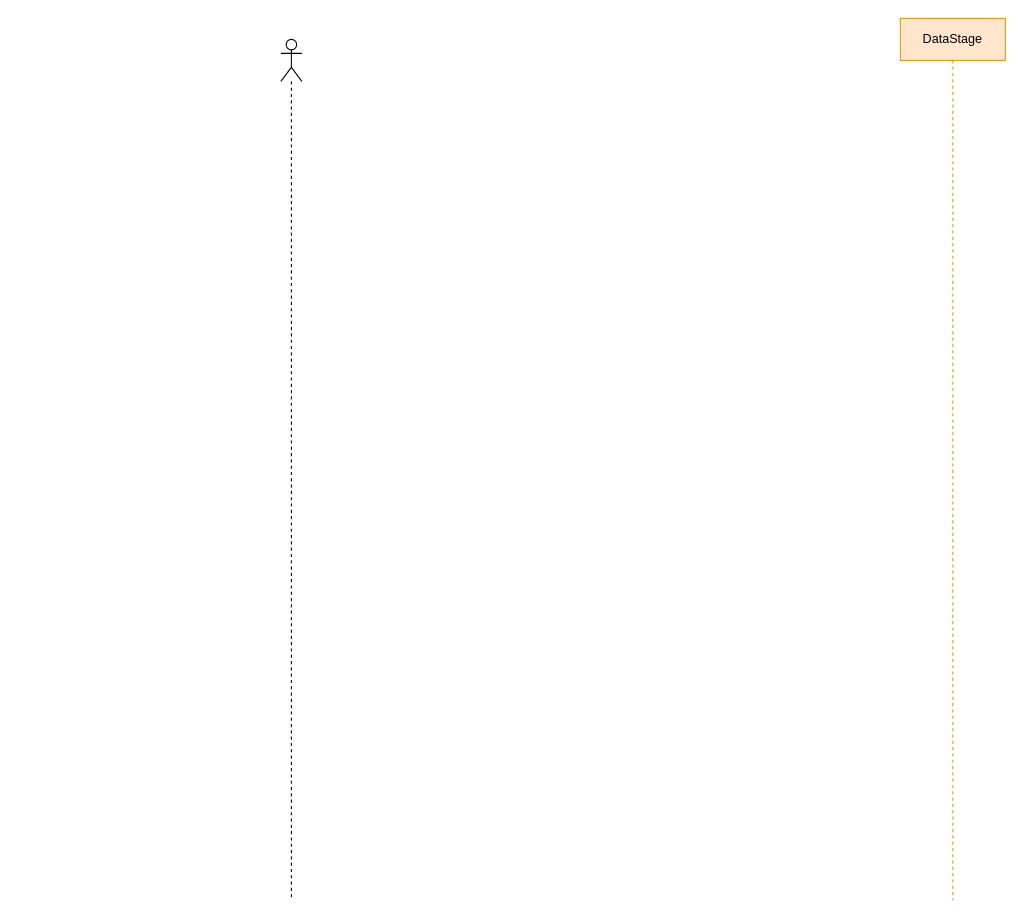
This is datastage.drawio from kanchantewary/CloudPakForData, a draw.io file, before an edit. Source tidied: cells renumbered, new cells numbered last; positions are measured from the earlier drawing's top-left corner, leaving out a move shared by most shapes. Both pictures are drawn from the tidied source at 105%, with x=0, y=0 at pixel (280, 18).
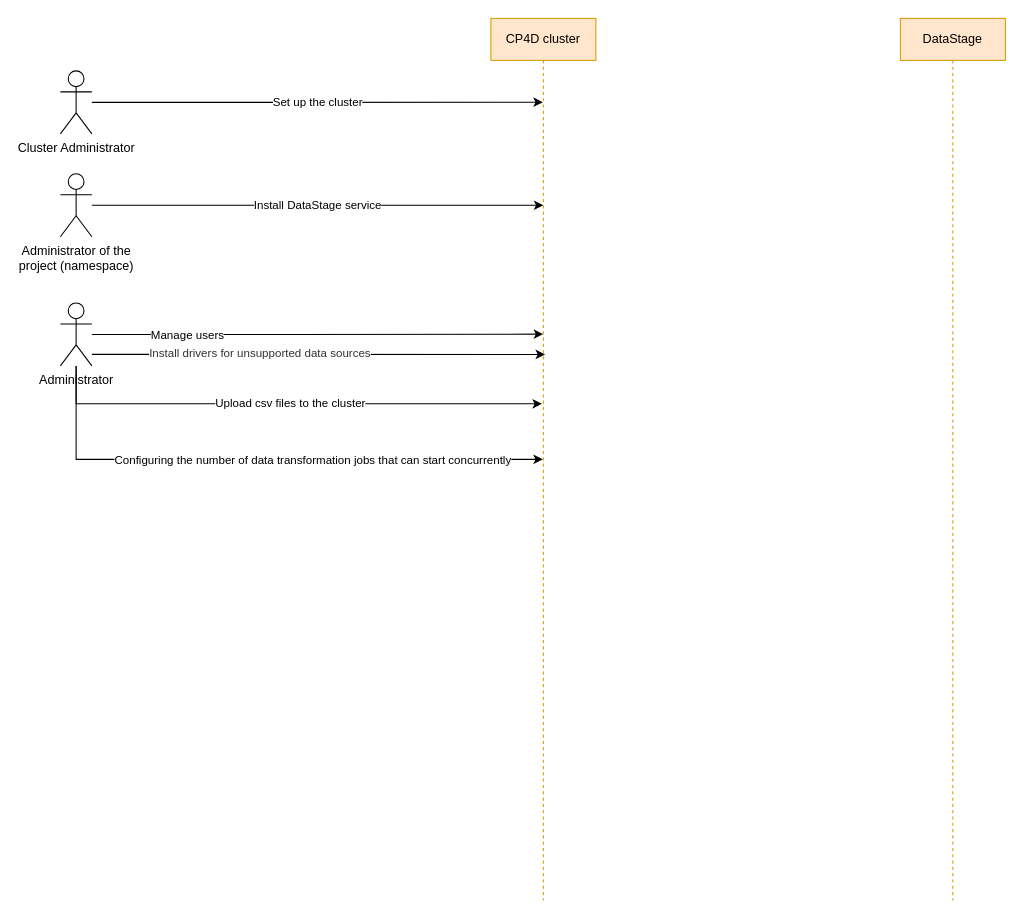
Above is the later version.

What changed in the source:
```diff
@@
-    <mxCell id="3" style="shape=umlLifeline;participant=umlActor;perimeter=lifelinePerimeter;whiteSpace=wrap;html=1;verticalAlign=top;spacingTop=36;" parent="1" vertex="1">
-      <mxGeometry y="20" width="20" height="820" as="geometry" />
-    </mxCell>
+    <mxCell id="4" value="Install DataStage service" style="edgeStyle=orthogonalEdgeStyle;rounded=0;jettySize=auto;html=1;" parent="1" edge="1" source="5">
+      <mxGeometry relative="1" as="geometry">
+        <mxPoint x="250" y="178" as="targetPoint" />
+      </mxGeometry>
+    </mxCell>
+    <mxCell id="5" value="Administrator of the &lt;br&gt;project (namespace)" style="shape=umlActor;verticalLabelPosition=bottom;verticalAlign=top;html=1;outlineConnect=0;" parent="1" vertex="1">
+      <mxGeometry x="-210" y="148" width="30" height="60" as="geometry" />
+    </mxCell>
+    <mxCell id="6" value="CP4D cluster" style="shape=umlLifeline;perimeter=lifelinePerimeter;whiteSpace=wrap;html=1;outlineConnect=0;fillColor=#ffe6cc;strokeColor=#d79b00;" parent="1" vertex="1">
+      <mxGeometry x="200" width="100" height="840" as="geometry" />
+    </mxCell>
+    <mxCell id="7" value="Set up the cluster" style="edgeStyle=orthogonalEdgeStyle;rounded=0;jettySize=auto;html=1;entryX=0.495;entryY=0.095;entryDx=0;entryDy=0;entryPerimeter=0;" parent="1" edge="1" source="8" target="6">
+      <mxGeometry relative="1" as="geometry" />
+    </mxCell>
+    <mxCell id="8" value="Cluster Administrator" style="shape=umlActor;verticalLabelPosition=bottom;verticalAlign=top;html=1;outlineConnect=0;" parent="1" vertex="1">
+      <mxGeometry x="-210" y="50" width="30" height="60" as="geometry" />
+    </mxCell>
+    <mxCell id="9" style="edgeStyle=orthogonalEdgeStyle;rounded=0;jettySize=auto;html=1;entryX=0.498;entryY=0.358;entryDx=0;entryDy=0;entryPerimeter=0;" parent="1" edge="1" source="16" target="6">
+      <mxGeometry relative="1" as="geometry" />
+    </mxCell>
+    <mxCell id="10" value="Manage users" style="edgeLabel;html=1;align=center;verticalAlign=middle;" parent="9" vertex="1">
+      <mxGeometry x="0.15" relative="1" as="geometry">
+        <mxPoint x="-155.9" y="0.3" as="offset" />
+      </mxGeometry>
+    </mxCell>
+    <mxCell id="11" style="edgeStyle=orthogonalEdgeStyle;rounded=0;jettySize=auto;html=1;entryX=0.516;entryY=0.381;entryDx=0;entryDy=0;entryPerimeter=0;" parent="1" edge="1" source="16" target="6">
+      <mxGeometry relative="1" as="geometry">
+        <Array as="points">
+          <mxPoint x="-60" y="320" />
+          <mxPoint x="-60" y="320" />
+        </Array>
+      </mxGeometry>
+    </mxCell>
+    <mxCell id="12" value="&lt;span style=&quot;color: rgb(50 , 50 , 50)&quot;&gt;&lt;font style=&quot;font-size: 11px&quot;&gt;Install drivers for unsupported data sources&lt;/font&gt;&lt;/span&gt;" style="edgeLabel;html=1;align=center;verticalAlign=middle;" parent="11" vertex="1">
+      <mxGeometry x="-0.25" y="2" relative="1" as="geometry">
+        <mxPoint x="-2.8" as="offset" />
+      </mxGeometry>
+    </mxCell>
+    <mxCell id="13" style="edgeStyle=orthogonalEdgeStyle;rounded=0;jettySize=auto;html=1;" parent="1" edge="1" source="16" target="6">
+      <mxGeometry relative="1" as="geometry">
+        <Array as="points">
+          <mxPoint x="-195" y="420" />
+        </Array>
+      </mxGeometry>
+    </mxCell>
+    <mxCell id="14" value="Configuring the number of data transformation jobs that can start concurrently" style="edgeLabel;html=1;align=left;verticalAlign=middle;" parent="13" vertex="1">
+      <mxGeometry x="-0.05" relative="1" as="geometry">
+        <mxPoint x="-129.1" as="offset" />
+      </mxGeometry>
+    </mxCell>
+    <mxCell id="15" value="Upload csv files to the cluster" style="edgeStyle=orthogonalEdgeStyle;rounded=0;jettySize=auto;html=1;entryX=0.486;entryY=0.437;entryDx=0;entryDy=0;entryPerimeter=0;" parent="1" edge="1" source="16" target="6">
+      <mxGeometry relative="1" as="geometry">
+        <Array as="points">
+          <mxPoint x="-195" y="367" />
+        </Array>
+      </mxGeometry>
+    </mxCell>
+    <mxCell id="16" value="Administrator" style="shape=umlActor;verticalLabelPosition=bottom;verticalAlign=top;html=1;outlineConnect=0;" parent="1" vertex="1">
+      <mxGeometry x="-210" y="271" width="30" height="60" as="geometry" />
+    </mxCell>
```
